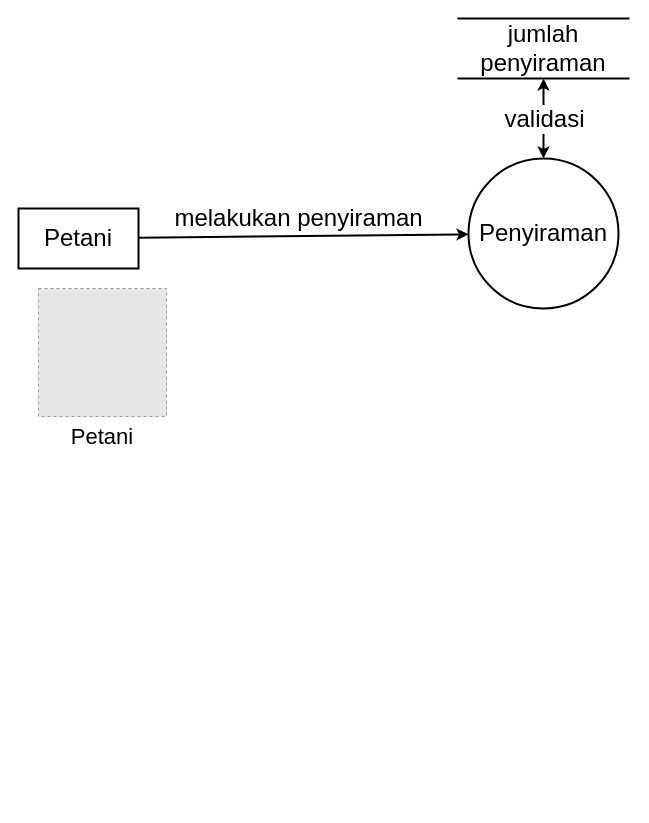
The draw.io diagram page "DFD Level 0" (5 of 5) of project/DFD/dfd.drawio in syukrillah0108/smawa, before the edit. Source tidied: cells renumbered, new cells numbered last; positions are measured from the earlier drawing's top-left corner, leaving out a move shared by most shapes. Both pictures are drawn from the tidied source at 100%, with x=0, y=0 at pixel (18, 18). Pictures stored in the file or linked from it are replaced by grey dashed boxes.
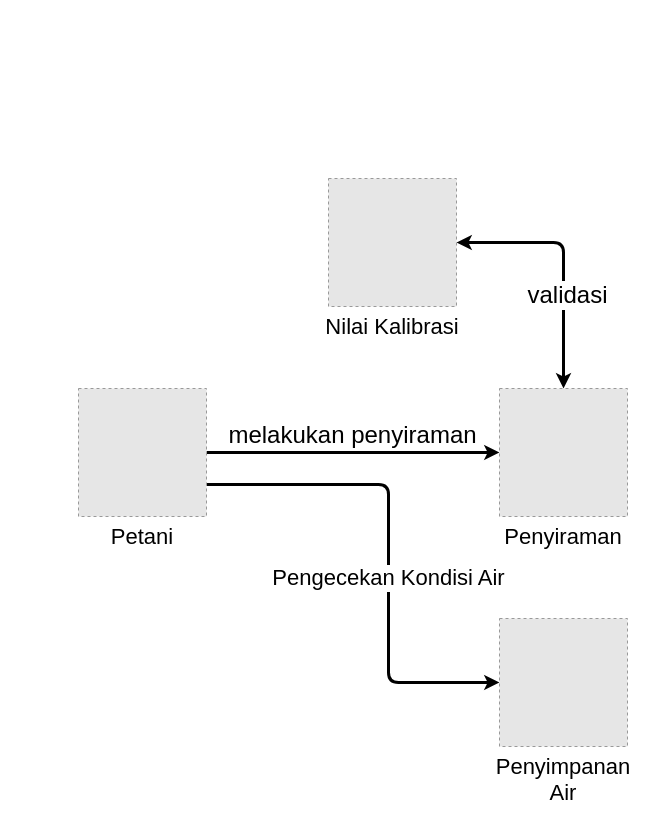
Above is the later version.

The edit, as a diff of the source:
```diff
@@
 <mxGraphModel>
   <root>
     <mxCell id="0" />
     <mxCell id="1" parent="0" />
-    <mxCell id="2" style="edgeStyle=none;html=1;strokeWidth=2;fontSize=24;" parent="1" edge="1" source="4" target="5">
+    <mxCell id="2" style="edgeStyle=none;html=1;strokeWidth=3;fontSize=24;exitX=1;exitY=0.5;exitDx=0;exitDy=0;entryX=0;entryY=0.5;entryDx=0;entryDy=0;" parent="1" edge="1" source="9" target="5">
       <mxGeometry relative="1" as="geometry" />
     </mxCell>
     <mxCell id="3" value="melakukan penyiraman" style="edgeLabel;html=1;align=center;verticalAlign=middle;fontSize=24;" parent="2" vertex="1">
       <mxGeometry x="-0.17" y="2" relative="1" as="geometry">
         <mxPoint x="23" y="-16" as="offset" />
       </mxGeometry>
     </mxCell>
-    <mxCell id="4" value="Petani" style="rounded=0;whiteSpace=wrap;html=1;strokeWidth=2;fontSize=24;" parent="1" vertex="1">
-      <mxGeometry y="190" width="120" height="60" as="geometry" />
-    </mxCell>
-    <mxCell id="5" value="Penyiraman" style="ellipse;whiteSpace=wrap;html=1;labelBackgroundColor=none;strokeWidth=2;fontSize=24;" parent="1" vertex="1">
-      <mxGeometry x="450" y="140" width="150" height="150" as="geometry" />
-    </mxCell>
-    <mxCell id="6" value="jumlah penyiraman" style="shape=partialRectangle;whiteSpace=wrap;html=1;left=0;right=0;fillColor=none;labelBackgroundColor=none;strokeWidth=2;fontSize=24;" parent="1" vertex="1">
-      <mxGeometry x="440" width="170" height="60" as="geometry" />
-    </mxCell>
-    <mxCell id="7" style="endArrow=classic;startArrow=classic;html=1;strokeWidth=2;fontSize=24;entryX=0.5;entryY=1;entryDx=0;entryDy=0;exitX=0.5;exitY=0;exitDx=0;exitDy=0;" parent="1" edge="1" source="5" target="6">
-      <mxGeometry relative="1" as="geometry" />
+    <mxCell id="7" style="endArrow=classic;startArrow=classic;html=1;strokeWidth=3;fontSize=24;entryX=1;entryY=0.5;entryDx=0;entryDy=0;exitX=0.5;exitY=0;exitDx=0;exitDy=0;" parent="1" edge="1" source="5" target="12">
+      <mxGeometry relative="1" as="geometry">
+        <Array as="points">
+          <mxPoint x="545" y="224" />
+        </Array>
+      </mxGeometry>
     </mxCell>
     <mxCell id="8" value="validasi" style="edgeLabel;html=1;align=center;verticalAlign=middle;fontSize=24;" parent="7" vertex="1">
       <mxGeometry x="0.33" relative="1" as="geometry">
-        <mxPoint y="13" as="offset" />
+        <mxPoint x="25" y="52" as="offset" />
       </mxGeometry>
     </mxCell>
+    <mxCell id="10" style="edgeStyle=none;html=1;entryX=0;entryY=0.5;entryDx=0;entryDy=0;fontSize=22;strokeWidth=3;exitX=1;exitY=0.75;exitDx=0;exitDy=0;" parent="1" edge="1" source="9" target="13">
+      <mxGeometry relative="1" as="geometry">
+        <Array as="points">
+          <mxPoint x="370" y="466" />
+          <mxPoint x="370" y="664" />
+        </Array>
+      </mxGeometry>
+    </mxCell>
+    <mxCell id="11" value="Pengecekan Kondisi Air" style="edgeLabel;html=1;align=center;verticalAlign=middle;fontSize=22;" parent="10" vertex="1">
+      <mxGeometry x="-0.06" y="-1" relative="1" as="geometry">
+        <mxPoint y="44" as="offset" />
+      </mxGeometry>
+    </mxCell>
     <mxCell id="9" value="Petani" style="fillColor=#E6E6E6;strokeColor=#999999;dashed=1;verticalLabelPosition=bottom;labelBackgroundColor=default;verticalAlign=top;fontSize=22;" parent="1" vertex="1">
-      <mxGeometry x="20" y="270" width="128" height="128" as="geometry" />
+      <mxGeometry x="60" y="370" width="128" height="128" as="geometry" />
     </mxCell>
+    <mxCell id="12" value="Nilai Kalibrasi" style="fillColor=#E6E6E6;strokeColor=#999999;dashed=1;verticalLabelPosition=bottom;labelBackgroundColor=default;verticalAlign=top;fontSize=22;" parent="1" vertex="1">
+      <mxGeometry x="310" y="160" width="128" height="128" as="geometry" />
+    </mxCell>
+    <mxCell id="5" value="Penyiraman" style="fillColor=#E6E6E6;strokeColor=#999999;dashed=1;verticalLabelPosition=bottom;labelBackgroundColor=default;verticalAlign=top;fontSize=22;" parent="1" vertex="1">
+      <mxGeometry x="481" y="370" width="128" height="128" as="geometry" />
+    </mxCell>
+    <mxCell id="13" value="Penyimpanan&#10;Air" style="fillColor=#E6E6E6;strokeColor=#999999;dashed=1;verticalLabelPosition=bottom;labelBackgroundColor=default;verticalAlign=top;fontSize=22;" parent="1" vertex="1">
+      <mxGeometry x="481" y="600" width="128" height="128" as="geometry" />
+    </mxCell>
   </root>
 </mxGraphModel>
```
